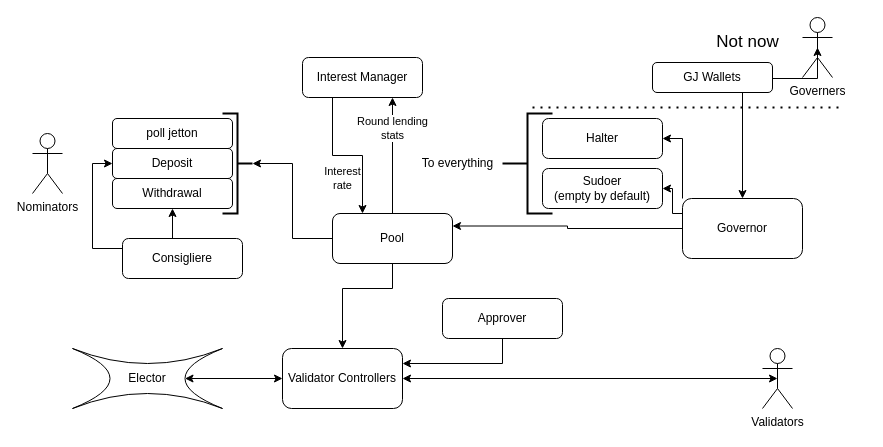
Before: docs/images/scheme.drawio in ton-blockchain/liquid-staking-contract, a draw.io diagram. Source tidied: cells renumbered, new cells numbered last; positions are measured from the earlier drawing's top-left corner, leaving out a move shared by most shapes. Both pictures are drawn from the tidied source at 100%, with x=0, y=0 at pixel (32, 17).
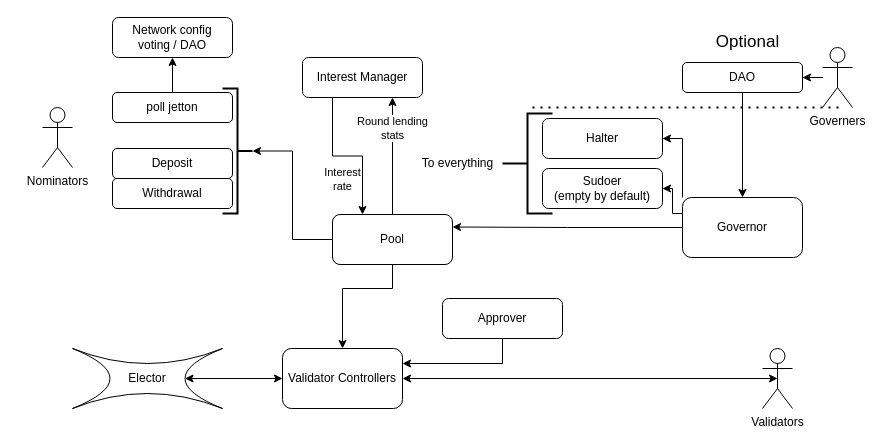
The same diagram, later.

The change refers to these unchanged cells:
```xml
<mxCell id="6" value="Deposit" style="rounded=1;whiteSpace=wrap;html=1;" parent="1" vertex="1">
  <mxGeometry x="80" y="131" width="120" height="30" as="geometry" />
</mxCell>
<mxCell id="7" value="Withdrawal" style="rounded=1;whiteSpace=wrap;html=1;" parent="1" vertex="1">
  <mxGeometry x="80" y="161" width="120" height="30" as="geometry" />
</mxCell>
```

Diff of the diagram source:
```diff
@@
     <mxCell id="3" value="Nominators" style="shape=umlActor;verticalLabelPosition=bottom;labelBackgroundColor=#ffffff;verticalAlign=top;html=1;" parent="1" vertex="1">
-      <mxGeometry y="116" width="30" height="60" as="geometry" />
+      <mxGeometry x="10" y="90" width="30" height="60" as="geometry" />
     </mxCell>
@@
+    <mxCell id="36" style="edgeStyle=orthogonalEdgeStyle;rounded=0;jettySize=auto;html=1;exitX=0.5;exitY=0;exitDx=0;exitDy=0;entryX=0.5;entryY=1;entryDx=0;entryDy=0;" parent="1" edge="1" source="5" target="39">
+      <mxGeometry relative="1" as="geometry" />
+    </mxCell>
     <mxCell id="5" value="poll jetton" style="rounded=1;whiteSpace=wrap;html=1;" parent="1" vertex="1">
-      <mxGeometry x="80" y="101" width="120" height="30" as="geometry" />
+      <mxGeometry x="80" y="75" width="120" height="30" as="geometry" />
     </mxCell>
@@
     <mxCell id="11" value="Governor" style="rounded=1;whiteSpace=wrap;html=1;" parent="1" vertex="1">
-      <mxGeometry x="650" y="181" width="120" height="60" as="geometry" />
+      <mxGeometry x="650" y="180" width="120" height="60" as="geometry" />
     </mxCell>
-    <mxCell id="12" style="edgeStyle=orthogonalEdgeStyle;rounded=0;jettySize=auto;html=1;exitX=0.5;exitY=0.5;exitDx=0;exitDy=0;exitPerimeter=0;startArrow=classic;startFill=1;strokeWidth=1;" parent="1" edge="1" source="13" target="11">
-      <mxGeometry relative="1" as="geometry">
-        <Array as="points">
-          <mxPoint x="785" y="61" />
-          <mxPoint x="710" y="61" />
-        </Array>
-      </mxGeometry>
-    </mxCell>
+    <mxCell id="37" style="edgeStyle=orthogonalEdgeStyle;rounded=0;jettySize=auto;html=1;entryX=1;entryY=0.5;entryDx=0;entryDy=0;" parent="1" edge="1" source="13" target="14">
+      <mxGeometry relative="1" as="geometry" />
+    </mxCell>
     <mxCell id="13" value="Governers" style="shape=umlActor;verticalLabelPosition=bottom;labelBackgroundColor=#ffffff;verticalAlign=top;html=1;outlineConnect=0;" parent="1" vertex="1">
-      <mxGeometry x="770" width="30" height="60" as="geometry" />
+      <mxGeometry x="790" y="30" width="30" height="60" as="geometry" />
     </mxCell>
+    <mxCell id="38" style="edgeStyle=orthogonalEdgeStyle;rounded=0;jettySize=auto;html=1;exitX=0.5;exitY=1;exitDx=0;exitDy=0;entryX=0.5;entryY=0;entryDx=0;entryDy=0;" parent="1" edge="1" source="14" target="11">
+      <mxGeometry relative="1" as="geometry" />
+    </mxCell>
-    <mxCell id="14" value="GJ Wallets" style="rounded=1;whiteSpace=wrap;html=1;" parent="1" vertex="1">
-      <mxGeometry x="620" y="45" width="120" height="30" as="geometry" />
+    <mxCell id="14" value="DAO" style="rounded=1;whiteSpace=wrap;html=1;" parent="1" vertex="1">
+      <mxGeometry x="650" y="45" width="120" height="30" as="geometry" />
     </mxCell>
@@
-    <mxCell id="20" value="Not now" style="text;html=1;align=center;verticalAlign=middle;strokeColor=none;fillColor=none;fontSize=17;" parent="1" vertex="1">
+    <mxCell id="20" value="Optional" style="text;html=1;align=center;verticalAlign=middle;strokeColor=none;fillColor=none;fontSize=17;" parent="1" vertex="1">
       <mxGeometry x="670" y="10" width="90" height="30" as="geometry" />
     </mxCell>
@@
     <mxCell id="23" value="Pool" style="rounded=1;whiteSpace=wrap;html=1;" parent="1" vertex="1">
-      <mxGeometry x="300" y="196" width="120" height="50" as="geometry" />
+      <mxGeometry x="300" y="197" width="120" height="50" as="geometry" />
     </mxCell>
@@
     <mxCell id="28" style="strokeWidth=2;html=1;shape=mxgraph.flowchart.annotation_2;align=left;labelPosition=right;rotation=-180;" parent="1" vertex="1">
-      <mxGeometry x="190" y="96" width="30" height="100" as="geometry" />
+      <mxGeometry x="190" y="71" width="30" height="125" as="geometry" />
     </mxCell>
@@
-    <mxCell id="31" style="edgeStyle=orthogonalEdgeStyle;rounded=0;jettySize=auto;html=1;exitX=0.5;exitY=0;exitDx=0;exitDy=0;entryX=0.5;entryY=1;entryDx=0;entryDy=0;" parent="1" edge="1" source="33" target="7">
-      <mxGeometry relative="1" as="geometry" />
-    </mxCell>
-    <mxCell id="32" style="edgeStyle=orthogonalEdgeStyle;rounded=0;jettySize=auto;html=1;exitX=0;exitY=0.25;exitDx=0;exitDy=0;entryX=0;entryY=0.5;entryDx=0;entryDy=0;" parent="1" edge="1" source="33" target="6">
-      <mxGeometry relative="1" as="geometry" />
-    </mxCell>
-    <mxCell id="33" value="Consigliere" style="rounded=1;whiteSpace=wrap;html=1;" parent="1" vertex="1">
-      <mxGeometry x="90" y="221" width="120" height="40" as="geometry" />
-    </mxCell>
@@
+    <mxCell id="39" value="Network config&lt;br&gt;voting / DAO" style="rounded=1;whiteSpace=wrap;html=1;" parent="1" vertex="1">
+      <mxGeometry x="80" width="120" height="40" as="geometry" />
+    </mxCell>
```
